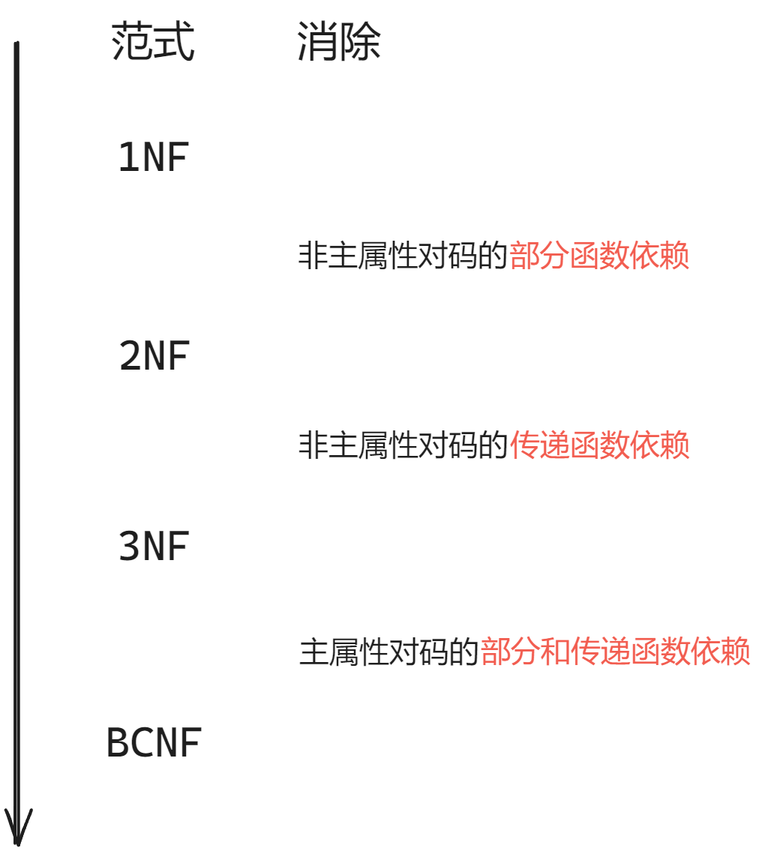
Somnia1337/ExcaliDrawing keeps this Excalidraw diagram as Database System/数据库范式.png. Above is the earlier version. Source tidied: one line per element, renumbered; positions are measured from the earlier drawing's top-left corner, leaving out a move shared by most shapes. Source of this version:
```json
{"id": 0, "type": "arrow", "strokeColor": "#1e1e1e", "strokeWidth": 2, "roughness": 1, "endArrowhead": "arrow", "round": true, "x": 1, "y": 18, "width": 1, "height": 535, "points": [[0, 0], [-1, 535]]}
{"id": 1, "type": "text", "text": "消除", "strokeColor": "#1e1e1e", "strokeWidth": 2, "roughness": 1, "fontSize": 28, "fontFamily": 3, "x": 187, "y": 0, "width": 56, "height": 34}
{"id": 2, "type": "text", "text": "范式", "strokeColor": "#1e1e1e", "strokeWidth": 2, "roughness": 1, "fontSize": 28, "fontFamily": 3, "x": 63, "y": 0, "width": 56, "height": 34}
{"id": 3, "type": "text", "text": "1NF", "strokeColor": "#1e1e1e", "strokeWidth": 2, "roughness": 1, "fontSize": 28, "fontFamily": 3, "x": 67, "y": 77, "width": 49, "height": 34}
{"id": 4, "type": "text", "text": "2NF", "strokeColor": "#1e1e1e", "strokeWidth": 2, "roughness": 1, "fontSize": 28, "fontFamily": 3, "x": 68, "y": 210, "width": 49, "height": 34}
{"id": 5, "type": "text", "text": "3NF", "strokeColor": "#1e1e1e", "strokeWidth": 2, "roughness": 1, "fontSize": 28, "fontFamily": 3, "x": 67, "y": 337, "width": 49, "height": 34}
{"id": 6, "type": "text", "text": "BCNF", "strokeColor": "#1e1e1e", "strokeWidth": 2, "roughness": 1, "fontSize": 28, "fontFamily": 3, "x": 59, "y": 467, "width": 66, "height": 34}
{"id": 7, "type": "text", "text": "非主属性对码的", "strokeColor": "#1e1e1e", "strokeWidth": 2, "roughness": 1, "fontSize": 20, "fontFamily": 3, "x": 188, "y": 148, "width": 140, "height": 24}
{"id": 8, "type": "text", "text": "部分函数依赖", "strokeColor": "#f25d50", "strokeWidth": 2, "roughness": 1, "fontSize": 20, "fontFamily": 3, "x": 329, "y": 148, "width": 120, "height": 24}
{"id": 9, "type": "text", "text": "非主属性对码的", "strokeColor": "#1e1e1e", "strokeWidth": 2, "roughness": 1, "fontSize": 20, "fontFamily": 3, "x": 188, "y": 274, "width": 140, "height": 24}
{"id": 10, "type": "text", "text": "传递函数依赖", "strokeColor": "#f25d50", "strokeWidth": 2, "roughness": 1, "fontSize": 20, "fontFamily": 3, "x": 329, "y": 274, "width": 120, "height": 24}
{"id": 11, "type": "text", "text": "主属性对码的", "strokeColor": "#1e1e1e", "strokeWidth": 2, "roughness": 1, "fontSize": 20, "fontFamily": 3, "x": 189, "y": 412, "width": 120, "height": 24}
{"id": 12, "type": "text", "text": "部分和传递函数依赖", "strokeColor": "#f25d50", "strokeWidth": 2, "roughness": 1, "fontSize": 20, "fontFamily": 3, "x": 310, "y": 412, "width": 180, "height": 24}
```
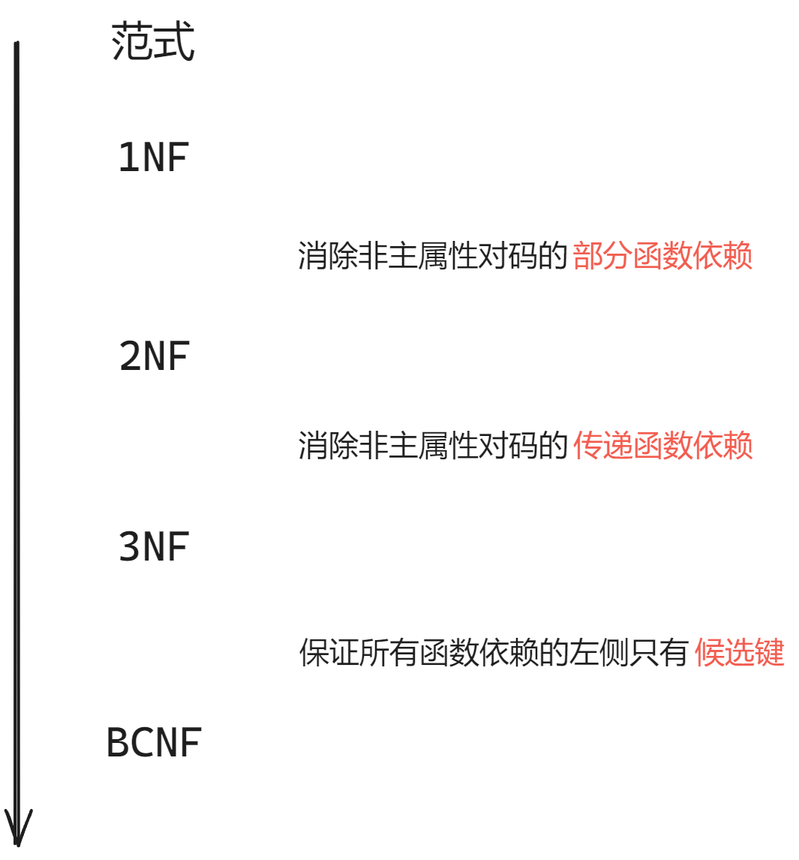
Later version of the same file.

What changed in the source:
```diff
@@ -1,13 +1,12 @@
 {"id": 0, "type": "arrow", "strokeColor": "#1e1e1e", "strokeWidth": 2, "roughness": 1, "endArrowhead": "arrow", "round": true, "x": 1, "y": 18, "width": 1, "height": 535, "points": [[0, 0], [-1, 535]]}
-{"id": 1, "type": "text", "text": "消除", "strokeColor": "#1e1e1e", "strokeWidth": 2, "roughness": 1, "fontSize": 28, "fontFamily": 3, "x": 187, "y": 0, "width": 56, "height": 34}
 {"id": 2, "type": "text", "text": "范式", "strokeColor": "#1e1e1e", "strokeWidth": 2, "roughness": 1, "fontSize": 28, "fontFamily": 3, "x": 63, "y": 0, "width": 56, "height": 34}
 {"id": 3, "type": "text", "text": "1NF", "strokeColor": "#1e1e1e", "strokeWidth": 2, "roughness": 1, "fontSize": 28, "fontFamily": 3, "x": 67, "y": 77, "width": 49, "height": 34}
 {"id": 4, "type": "text", "text": "2NF", "strokeColor": "#1e1e1e", "strokeWidth": 2, "roughness": 1, "fontSize": 28, "fontFamily": 3, "x": 68, "y": 210, "width": 49, "height": 34}
 {"id": 5, "type": "text", "text": "3NF", "strokeColor": "#1e1e1e", "strokeWidth": 2, "roughness": 1, "fontSize": 28, "fontFamily": 3, "x": 67, "y": 337, "width": 49, "height": 34}
 {"id": 6, "type": "text", "text": "BCNF", "strokeColor": "#1e1e1e", "strokeWidth": 2, "roughness": 1, "fontSize": 28, "fontFamily": 3, "x": 59, "y": 467, "width": 66, "height": 34}
-{"id": 7, "type": "text", "text": "非主属性对码的", "strokeColor": "#1e1e1e", "strokeWidth": 2, "roughness": 1, "fontSize": 20, "fontFamily": 3, "x": 188, "y": 148, "width": 140, "height": 24}
+{"id": 7, "type": "text", "text": "消除非主属性对码的", "strokeColor": "#1e1e1e", "strokeWidth": 2, "roughness": 1, "fontSize": 20, "fontFamily": 3, "x": 188, "y": 148, "width": 180, "height": 24}
-{"id": 8, "type": "text", "text": "部分函数依赖", "strokeColor": "#f25d50", "strokeWidth": 2, "roughness": 1, "fontSize": 20, "fontFamily": 3, "x": 329, "y": 148, "width": 120, "height": 24}
+{"id": 8, "type": "text", "text": "部分函数依赖", "strokeColor": "#f25d50", "strokeWidth": 2, "roughness": 1, "fontSize": 20, "fontFamily": 3, "x": 371, "y": 148, "width": 120, "height": 24}
-{"id": 9, "type": "text", "text": "非主属性对码的", "strokeColor": "#1e1e1e", "strokeWidth": 2, "roughness": 1, "fontSize": 20, "fontFamily": 3, "x": 188, "y": 274, "width": 140, "height": 24}
+{"id": 9, "type": "text", "text": "消除非主属性对码的", "strokeColor": "#1e1e1e", "strokeWidth": 2, "roughness": 1, "fontSize": 20, "fontFamily": 3, "x": 188, "y": 274, "width": 180, "height": 24}
-{"id": 10, "type": "text", "text": "传递函数依赖", "strokeColor": "#f25d50", "strokeWidth": 2, "roughness": 1, "fontSize": 20, "fontFamily": 3, "x": 329, "y": 274, "width": 120, "height": 24}
+{"id": 10, "type": "text", "text": "传递函数依赖", "strokeColor": "#f25d50", "strokeWidth": 2, "roughness": 1, "fontSize": 20, "fontFamily": 3, "x": 371, "y": 274, "width": 120, "height": 24}
-{"id": 11, "type": "text", "text": "主属性对码的", "strokeColor": "#1e1e1e", "strokeWidth": 2, "roughness": 1, "fontSize": 20, "fontFamily": 3, "x": 189, "y": 412, "width": 120, "height": 24}
+{"id": 11, "type": "text", "text": "保证所有函数依赖的左侧只有", "strokeColor": "#1e1e1e", "strokeWidth": 2, "roughness": 1, "fontSize": 20, "fontFamily": 3, "x": 189, "y": 412, "width": 260, "height": 24}
-{"id": 12, "type": "text", "text": "部分和传递函数依赖", "strokeColor": "#f25d50", "strokeWidth": 2, "roughness": 1, "fontSize": 20, "fontFamily": 3, "x": 310, "y": 412, "width": 180, "height": 24}
+{"id": 12, "type": "text", "text": "候选键", "strokeColor": "#f25d50", "strokeWidth": 2, "roughness": 1, "fontSize": 20, "fontFamily": 3, "x": 452, "y": 412, "width": 60, "height": 24}
```
